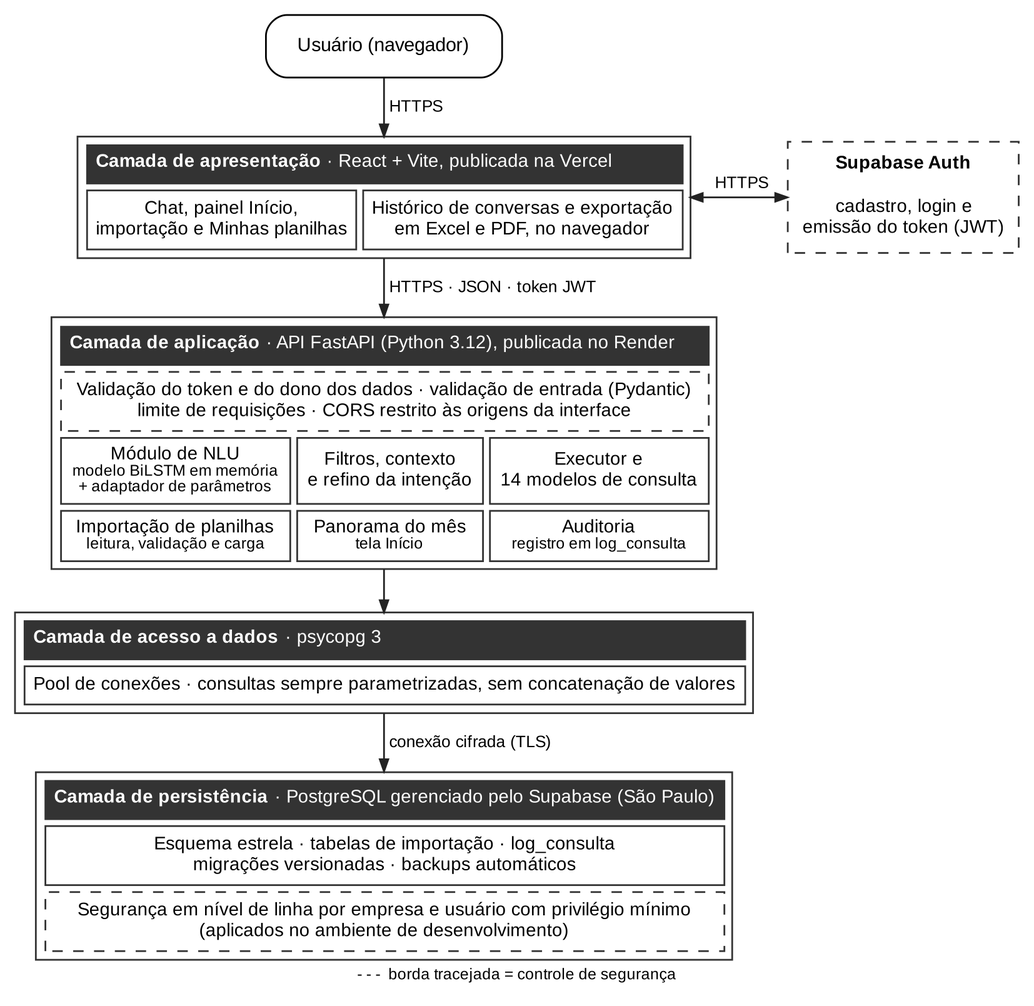
The Graphviz diagram docs/diagramas/arquitetura_camadas.png in intellix-tcc/Intellix, before a commit. Its source is kept beside it as docs/diagramas/arquitetura_camadas.dot.
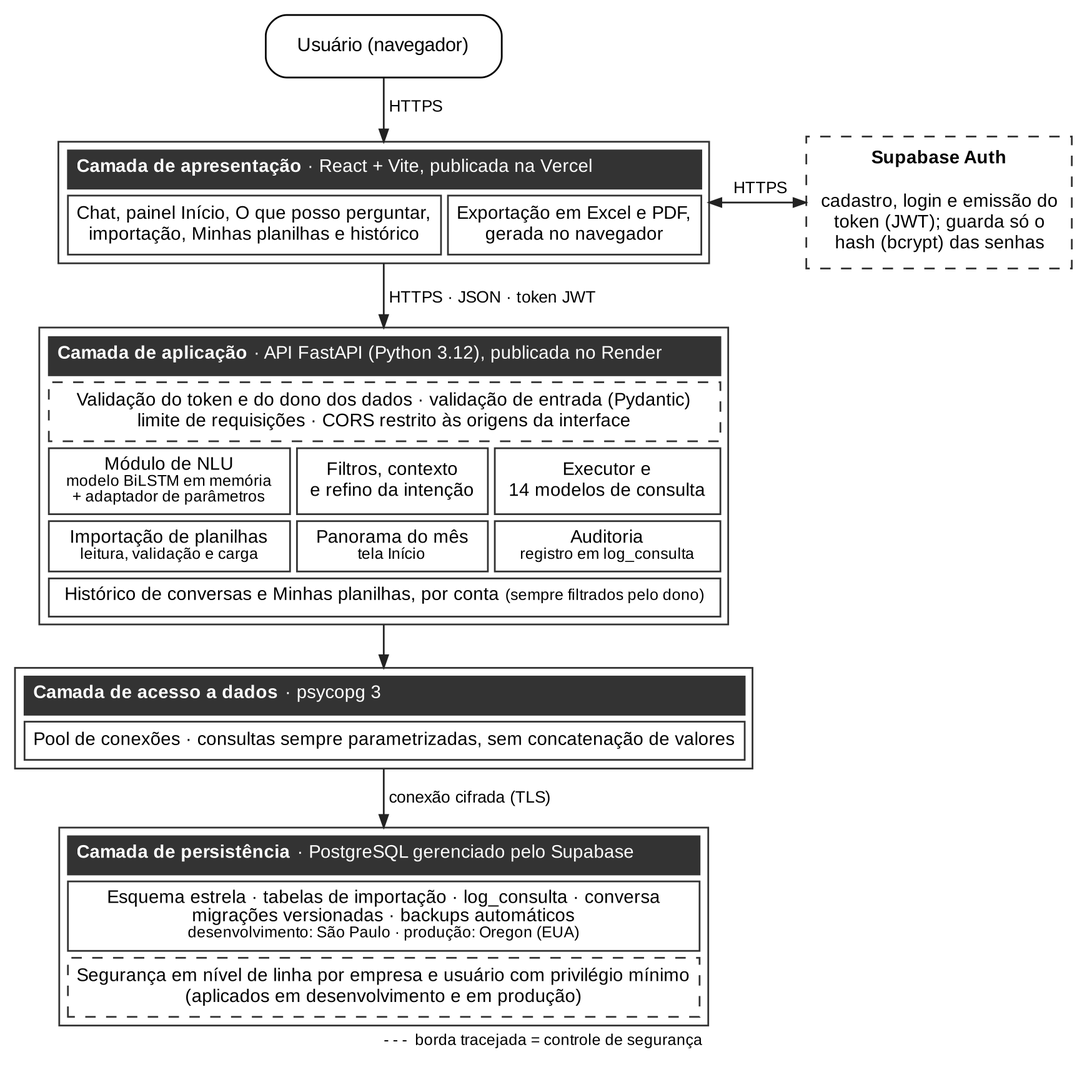
After the commit.

Commit message:
docs(diagramas): histórico de conversas, tela de capacidades e infraestrutura atual

The edit, as a diff of the source:
```diff
@@ -8,12 +8,12 @@
 
   apresentacao [label=<<TABLE BORDER="1" CELLBORDER="1" CELLSPACING="4" CELLPADDING="4" COLOR="#333333">
     <TR><TD COLSPAN="2" BGCOLOR="#333333" ALIGN="LEFT"><FONT COLOR="white"><B>Camada de apresentação</B> · React + Vite, publicada na Vercel</FONT></TD></TR>
-    <TR><TD>Chat, painel Início,<BR/>importação e Minhas planilhas</TD>
-        <TD>Histórico de conversas e exportação<BR/>em Excel e PDF, no navegador</TD></TR></TABLE>>];
+    <TR><TD>Chat, painel Início, O que posso perguntar,<BR/>importação, Minhas planilhas e histórico</TD>
+        <TD>Exportação em Excel e PDF,<BR/>gerada no navegador</TD></TR></TABLE>>];
 
   auth [label=<<TABLE BORDER="1" CELLBORDER="0" CELLPADDING="5" COLOR="#333333" STYLE="dashed">
     <TR><TD><B>Supabase Auth</B></TD></TR>
-    <TR><TD>cadastro, login e<BR/>emissão do token (JWT)</TD></TR></TABLE>>];
+    <TR><TD>cadastro, login e emissão do<BR/>token (JWT); guarda só o<BR/>hash (bcrypt) das senhas</TD></TR></TABLE>>];
 
   aplicacao [label=<<TABLE BORDER="1" CELLBORDER="1" CELLSPACING="4" CELLPADDING="4" COLOR="#333333">
     <TR><TD COLSPAN="3" BGCOLOR="#333333" ALIGN="LEFT"><FONT COLOR="white"><B>Camada de aplicação</B> · API FastAPI (Python 3.12), publicada no Render</FONT></TD></TR>
@@ -23,16 +23,17 @@
         <TD>Executor e<BR/>14 modelos de consulta</TD></TR>
     <TR><TD>Importação de planilhas<BR/><FONT POINT-SIZE="9">leitura, validação e carga</FONT></TD>
         <TD>Panorama do mês<BR/><FONT POINT-SIZE="9">tela Início</FONT></TD>
-        <TD>Auditoria<BR/><FONT POINT-SIZE="9">registro em log_consulta</FONT></TD></TR></TABLE>>];
+        <TD>Auditoria<BR/><FONT POINT-SIZE="9">registro em log_consulta</FONT></TD></TR>
+    <TR><TD COLSPAN="3">Histórico de conversas e Minhas planilhas, por conta <FONT POINT-SIZE="9">(sempre filtrados pelo dono)</FONT></TD></TR></TABLE>>];
 
   dados [label=<<TABLE BORDER="1" CELLBORDER="1" CELLSPACING="4" CELLPADDING="4" COLOR="#333333">
     <TR><TD BGCOLOR="#333333" ALIGN="LEFT"><FONT COLOR="white"><B>Camada de acesso a dados</B> · psycopg 3</FONT></TD></TR>
     <TR><TD>Pool de conexões · consultas sempre parametrizadas, sem concatenação de valores</TD></TR></TABLE>>];
 
   persistencia [label=<<TABLE BORDER="1" CELLBORDER="1" CELLSPACING="4" CELLPADDING="4" COLOR="#333333">
-    <TR><TD BGCOLOR="#333333" ALIGN="LEFT"><FONT COLOR="white"><B>Camada de persistência</B> · PostgreSQL gerenciado pelo Supabase (São Paulo)</FONT></TD></TR>
-    <TR><TD>Esquema estrela · tabelas de importação · log_consulta<BR/>migrações versionadas · backups automáticos</TD></TR>
-    <TR><TD STYLE="dashed">Segurança em nível de linha por empresa e usuário com privilégio mínimo<BR/>(aplicados no ambiente de desenvolvimento)</TD></TR></TABLE>>];
+    <TR><TD BGCOLOR="#333333" ALIGN="LEFT"><FONT COLOR="white"><B>Camada de persistência</B> · PostgreSQL gerenciado pelo Supabase</FONT></TD></TR>
+    <TR><TD>Esquema estrela · tabelas de importação · log_consulta · conversa<BR/>migrações versionadas · backups automáticos<BR/><FONT POINT-SIZE="9">desenvolvimento: São Paulo · produção: Oregon (EUA)</FONT></TD></TR>
+    <TR><TD STYLE="dashed">Segurança em nível de linha por empresa e usuário com privilégio mínimo<BR/>(aplicados em desenvolvimento e em produção)</TD></TR></TABLE>>];
 
 
   {rank=same; apresentacao; auth;}
```
